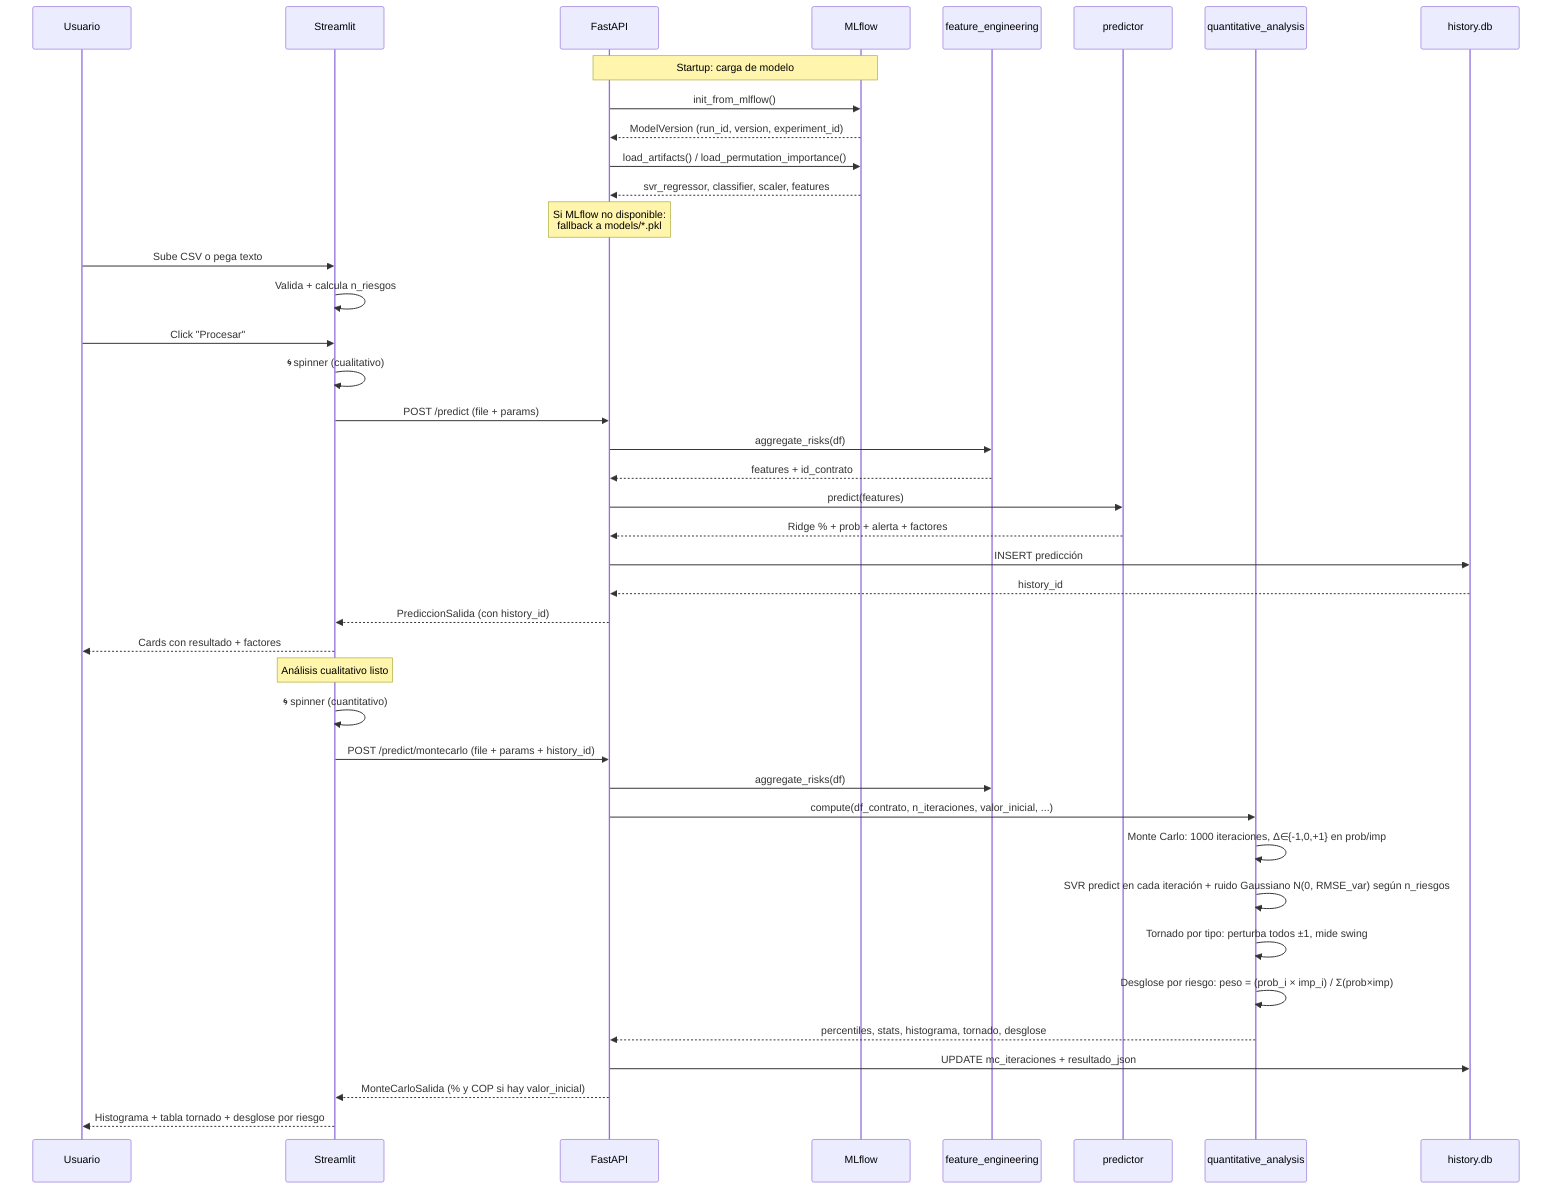
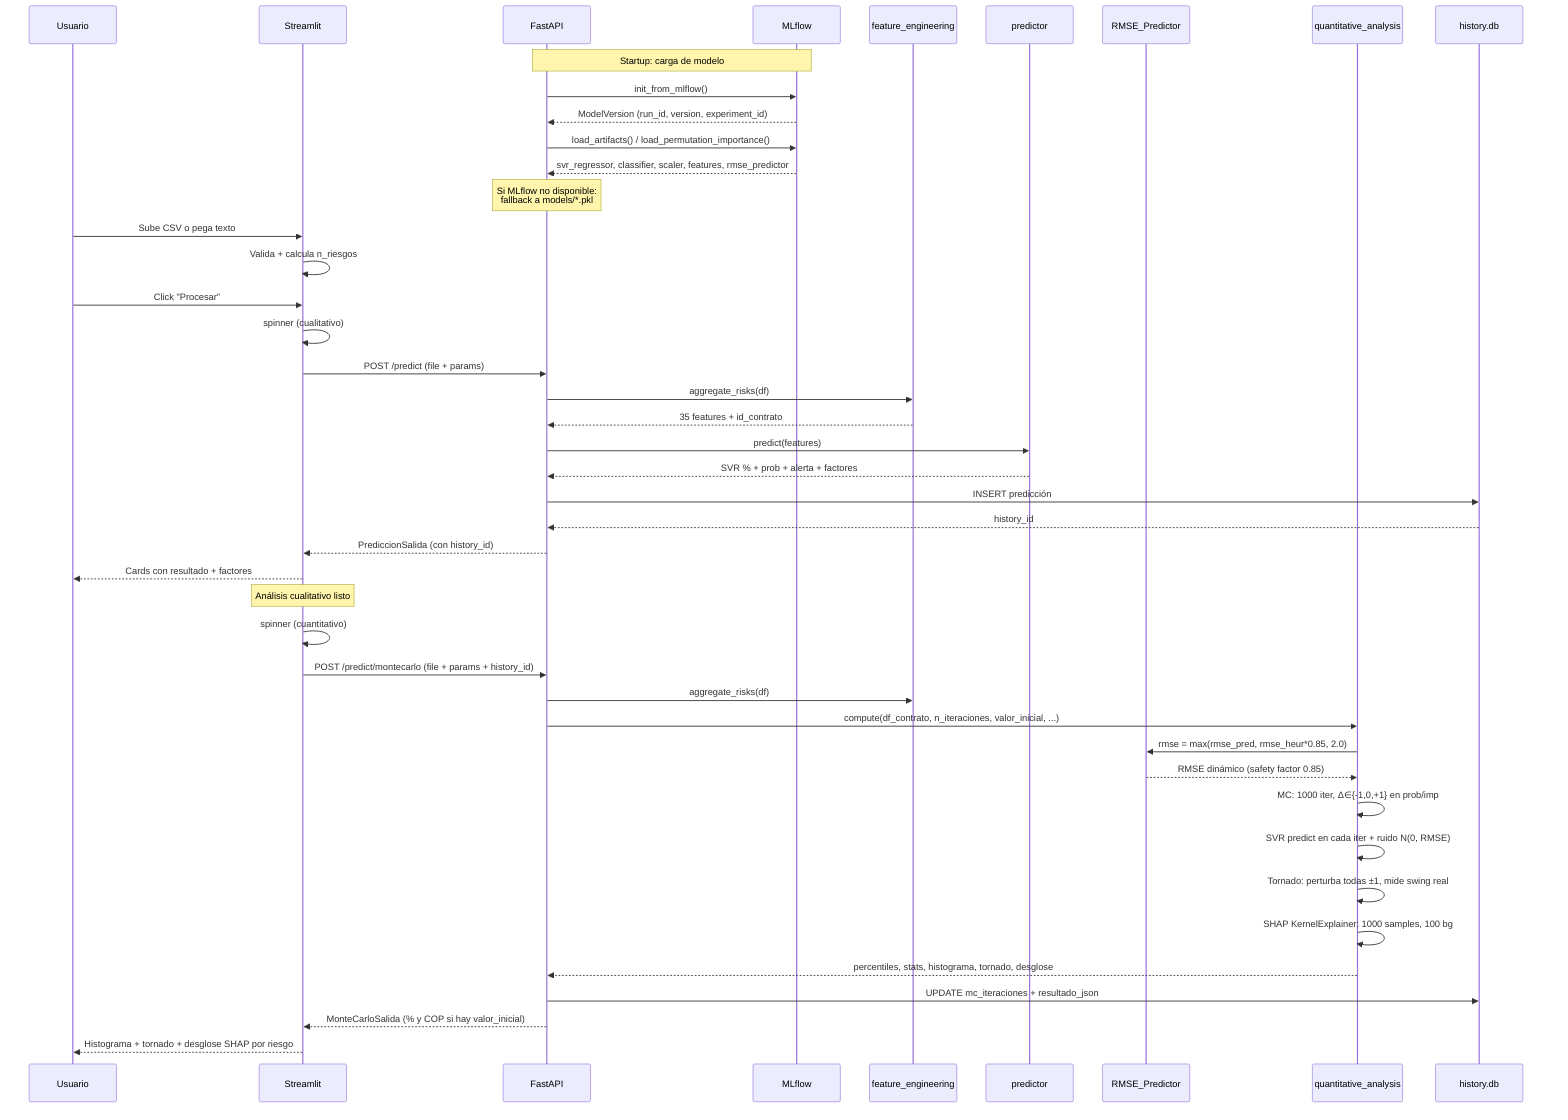
sequenceDiagram
    participant U as Usuario
    participant F as Streamlit
    participant B as FastAPI
    participant ML as MLflow
    participant FE as feature_engineering
    participant P as predictor
+     participant RP as RMSE_Predictor
    participant QA as quantitative_analysis
    participant DB as history.db

    Note over B,ML: Startup: carga de modelo
    B->>ML: init_from_mlflow()
    ML-->>B: ModelVersion (run_id, version, experiment_id)
    B->>ML: load_artifacts() / load_permutation_importance()
-     ML-->>B: svr_regressor, classifier, scaler, features
+     ML-->>B: svr_regressor, classifier, scaler, features, rmse_predictor
    Note over B: Si MLflow no disponible:<br/>fallback a models/*.pkl

    U->>F: Sube CSV o pega texto
    F->>F: Valida + calcula n_riesgos
    U->>F: Click "Procesar"
-     F->>F: 🌀 spinner (cualitativo)
+     F->>F: spinner (cualitativo)
    F->>B: POST /predict (file + params)
    B->>FE: aggregate_risks(df)
-     FE-->>B: features + id_contrato
+     FE-->>B: 35 features + id_contrato
    B->>P: predict(features)
-     P-->>B: Ridge % + prob + alerta + factores
+     P-->>B: SVR % + prob + alerta + factores
    B->>DB: INSERT predicción
    DB-->>B: history_id
    B-->>F: PrediccionSalida (con history_id)
    F-->>U: Cards con resultado + factores
    Note over F: Análisis cualitativo listo

-     F->>F: 🌀 spinner (cuantitativo)
+     F->>F: spinner (cuantitativo)
    F->>B: POST /predict/montecarlo (file + params + history_id)
    B->>FE: aggregate_risks(df)
    B->>QA: compute(df_contrato, n_iteraciones, valor_inicial, ...)
-     QA->>QA: Monte Carlo: 1000 iteraciones, Δ∈{-1,0,+1} en prob/imp
-     QA->>QA: SVR predict en cada iteración + ruido Gaussiano N(0, RMSE_var) según n_riesgos
-     QA->>QA: Tornado por tipo: perturba todos ±1, mide swing
-     QA->>QA: Desglose por riesgo: peso = (prob_i × imp_i) / Σ(prob×imp)
+     QA->>RP: rmse = max(rmse_pred, rmse_heur*0.85, 2.0)
+     RP-->>QA: RMSE dinámico (safety factor 0.85)
+     QA->>QA: MC: 1000 iter, Δ∈{-1,0,+1} en prob/imp
+     QA->>QA: SVR predict en cada iter + ruido N(0, RMSE)
+     QA->>QA: Tornado: perturba todas ±1, mide swing real
+     QA->>QA: SHAP KernelExplainer: 1000 samples, 100 bg
    QA-->>B: percentiles, stats, histograma, tornado, desglose
    B->>DB: UPDATE mc_iteraciones + resultado_json
    B-->>F: MonteCarloSalida (% y COP si hay valor_inicial)
-     F-->>U: Histograma + tabla tornado + desglose por riesgo
+     F-->>U: Histograma + tornado + desglose SHAP por riesgo
